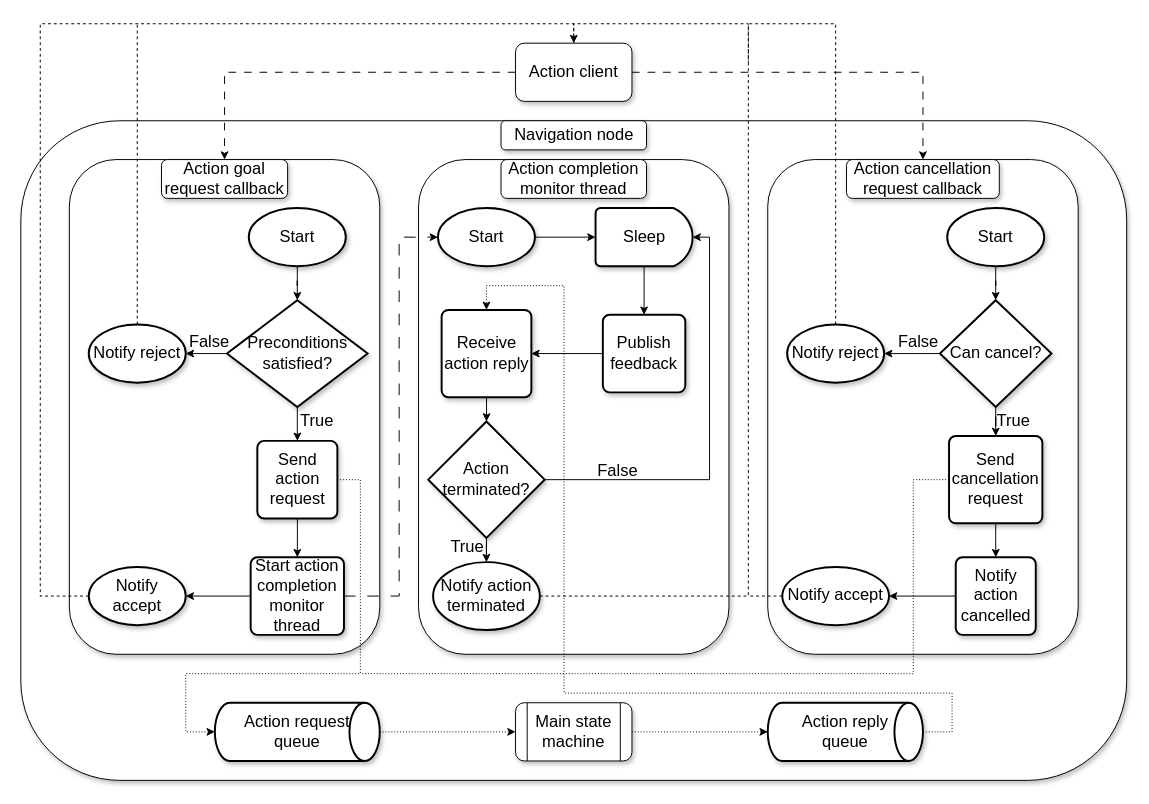
This is .figures/action_handling_sequence.drawio from DIII-SDU-Group/III-Drone-Core, a draw.io file, before an edit. Source tidied: cells renumbered, new cells numbered last; positions are measured from the earlier drawing's top-left corner, leaving out a move shared by most shapes. Both pictures are drawn from the tidied source at 97%, with x=0, y=0 at pixel (20, 23).
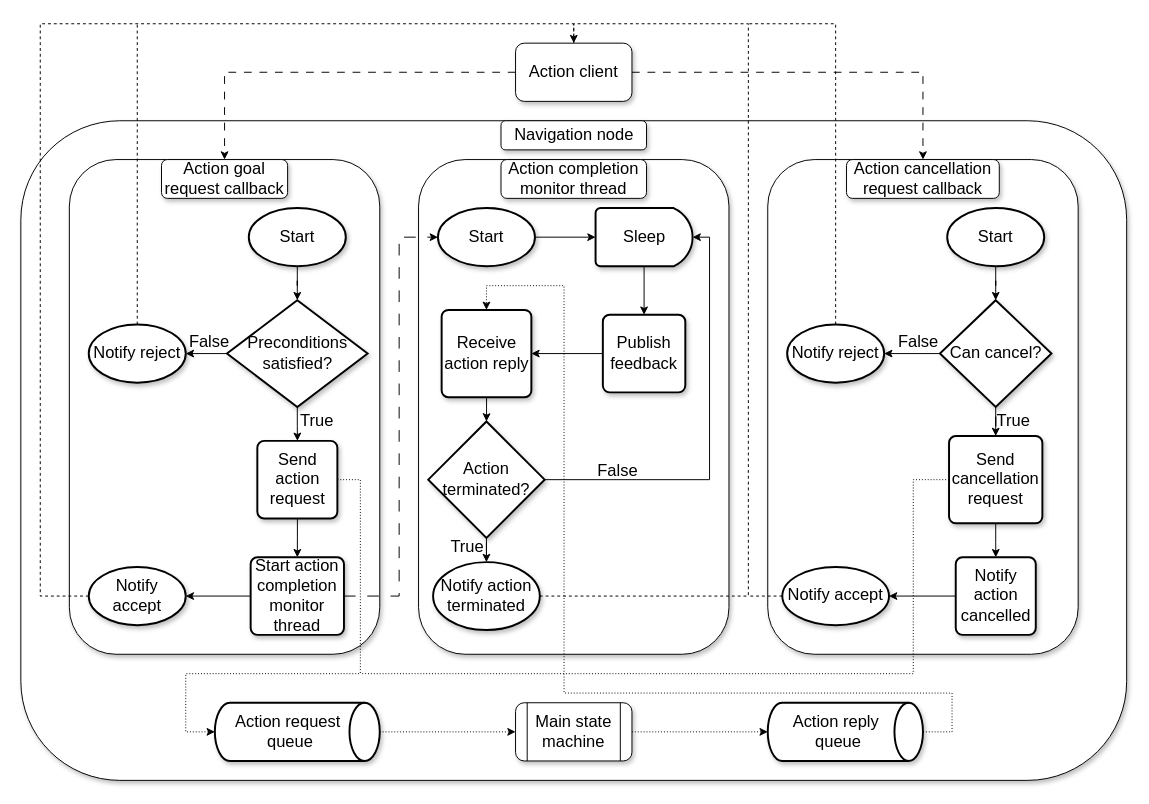
The same diagram, later.

Unchanged cells that the change refers to:
```xml
<mxCell id="29" value="Notify reject" style="strokeWidth=2;html=1;shape=mxgraph.flowchart.start_1;whiteSpace=wrap;shadow=1;fillColor=default;fontSize=17;" parent="1" vertex="1">
  <mxGeometry x="790" y="310" width="100" height="60" as="geometry" />
</mxCell>
```

The edit, as a diff of the source:
```diff
@@
     <mxCell id="28" style="edgeStyle=orthogonalEdgeStyle;rounded=0;jettySize=auto;html=1;dashed=1;endArrow=none;endFill=0;fontSize=17;" parent="1" edge="1" source="29">
       <mxGeometry relative="1" as="geometry">
-        <mxPoint x="750" y="40" as="targetPoint" />
+        <mxPoint x="750" as="targetPoint" />
         <Array as="points">
           <mxPoint x="840" />
           <mxPoint x="750" />
         </Array>
       </mxGeometry>
     </mxCell>
@@
-    <mxCell id="64" value="&lt;div style=&quot;font-size: 17px;&quot;&gt;Action request&lt;/div&gt;&lt;div style=&quot;font-size: 17px;&quot;&gt;queue&lt;/div&gt;" style="strokeWidth=2;html=1;shape=mxgraph.flowchart.direct_data;whiteSpace=wrap;rounded=1;glass=0;strokeColor=default;shadow=1;fillColor=default;fontSize=17;" parent="1" vertex="1">
+    <mxCell id="64" value="&lt;div style=&quot;font-size: 17px;&quot;&gt;Action request&amp;nbsp;&amp;nbsp;&amp;nbsp;&amp;nbsp; &lt;br&gt;&lt;/div&gt;&lt;div style=&quot;font-size: 17px;&quot;&gt;queue&amp;nbsp;&amp;nbsp;&amp;nbsp; &lt;br&gt;&lt;/div&gt;" style="strokeWidth=2;html=1;shape=mxgraph.flowchart.direct_data;whiteSpace=wrap;rounded=1;glass=0;strokeColor=default;shadow=1;fillColor=default;fontSize=17;" parent="1" vertex="1">
       <mxGeometry x="200" y="700" width="170" height="60" as="geometry" />
     </mxCell>
-    <mxCell id="65" value="&lt;div style=&quot;font-size: 17px;&quot;&gt;Action reply&lt;/div&gt;&lt;div style=&quot;font-size: 17px;&quot;&gt;queue&lt;/div&gt;" style="strokeWidth=2;html=1;shape=mxgraph.flowchart.direct_data;whiteSpace=wrap;rounded=1;glass=0;strokeColor=default;shadow=1;fillColor=default;fontSize=17;" parent="1" vertex="1">
+    <mxCell id="65" value="&lt;div style=&quot;font-size: 17px;&quot;&gt;Action reply&amp;nbsp;&amp;nbsp;&amp;nbsp;&amp;nbsp; &lt;br&gt;&lt;/div&gt;&lt;div style=&quot;font-size: 17px;&quot;&gt;queue&amp;nbsp;&amp;nbsp;&amp;nbsp; &lt;br&gt;&lt;/div&gt;" style="strokeWidth=2;html=1;shape=mxgraph.flowchart.direct_data;whiteSpace=wrap;rounded=1;glass=0;strokeColor=default;shadow=1;fillColor=default;fontSize=17;" parent="1" vertex="1">
       <mxGeometry x="770" y="700" width="160" height="60" as="geometry" />
     </mxCell>
```
